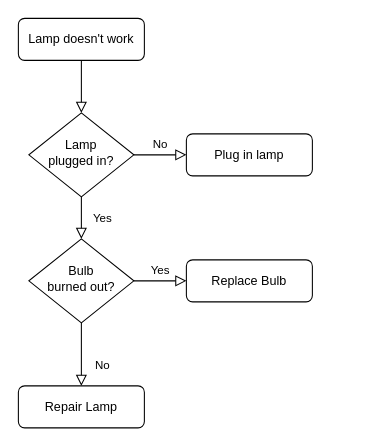
Above: Untitled Diagram.drawio in Sammysen/my-project (draw.io), before the change. Source tidied: cells renumbered, new cells numbered last; positions are measured from the earlier drawing's top-left corner, leaving out a move shared by most shapes. Both pictures are drawn from the tidied source at 105%, with x=0, y=0 at pixel (18, 18).
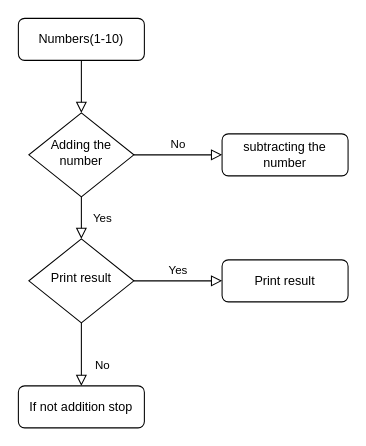
The same page after the edit.

Commit message:
Running sum

Change to the diagram source:
```diff
@@
 <mxGraphModel>
   <root>
     <mxCell id="0" />
     <mxCell id="1" parent="0" />
     <mxCell id="2" style="rounded=0;html=1;jettySize=auto;fontSize=11;endArrow=block;endFill=0;endSize=8;strokeWidth=1;shadow=0;labelBackgroundColor=none;edgeStyle=orthogonalEdgeStyle;" parent="1" edge="1" source="3" target="6">
       <mxGeometry relative="1" as="geometry" />
     </mxCell>
-    <mxCell id="3" value="Lamp doesn't work" style="rounded=1;whiteSpace=wrap;html=1;fontSize=12;glass=0;strokeWidth=1;shadow=0;" parent="1" vertex="1">
+    <mxCell id="3" value="Numbers(1-10)" style="rounded=1;whiteSpace=wrap;html=1;fontSize=12;glass=0;strokeWidth=1;shadow=0;" parent="1" vertex="1">
       <mxGeometry width="120" height="40" as="geometry" />
     </mxCell>
     <mxCell id="4" value="Yes" style="rounded=0;html=1;jettySize=auto;fontSize=11;endArrow=block;endFill=0;endSize=8;strokeWidth=1;shadow=0;labelBackgroundColor=none;edgeStyle=orthogonalEdgeStyle;" parent="1" edge="1" source="6" target="10">
       <mxGeometry y="20" relative="1" as="geometry" />
     </mxCell>
     <mxCell id="5" value="No" style="edgeStyle=orthogonalEdgeStyle;rounded=0;html=1;jettySize=auto;fontSize=11;endArrow=block;endFill=0;endSize=8;strokeWidth=1;shadow=0;labelBackgroundColor=none;" parent="1" edge="1" source="6" target="7">
       <mxGeometry y="10" relative="1" as="geometry" />
     </mxCell>
-    <mxCell id="6" value="Lamp&lt;br&gt;plugged in?" style="rhombus;whiteSpace=wrap;html=1;shadow=0;fontFamily=Helvetica;fontSize=12;align=center;strokeWidth=1;spacing=6;spacingTop=-4;" parent="1" vertex="1">
+    <mxCell id="6" value="Adding the number" style="rhombus;whiteSpace=wrap;html=1;shadow=0;fontFamily=Helvetica;fontSize=12;align=center;strokeWidth=1;spacing=6;spacingTop=-4;" parent="1" vertex="1">
       <mxGeometry x="10" y="90" width="100" height="80" as="geometry" />
     </mxCell>
-    <mxCell id="7" value="Plug in lamp" style="rounded=1;whiteSpace=wrap;html=1;fontSize=12;glass=0;strokeWidth=1;shadow=0;" parent="1" vertex="1">
-      <mxGeometry x="160" y="110" width="120" height="40" as="geometry" />
+    <mxCell id="7" value="subtracting the number" style="rounded=1;whiteSpace=wrap;html=1;fontSize=12;glass=0;strokeWidth=1;shadow=0;" parent="1" vertex="1">
+      <mxGeometry x="194" y="110" width="120" height="40" as="geometry" />
     </mxCell>
     <mxCell id="8" value="No" style="rounded=0;html=1;jettySize=auto;fontSize=11;endArrow=block;endFill=0;endSize=8;strokeWidth=1;shadow=0;labelBackgroundColor=none;edgeStyle=orthogonalEdgeStyle;" parent="1" edge="1" source="10" target="11">
       <mxGeometry x="0.33" y="20" relative="1" as="geometry" />
     </mxCell>
     <mxCell id="9" value="Yes" style="edgeStyle=orthogonalEdgeStyle;rounded=0;html=1;jettySize=auto;fontSize=11;endArrow=block;endFill=0;endSize=8;strokeWidth=1;shadow=0;labelBackgroundColor=none;" parent="1" edge="1" source="10" target="12">
       <mxGeometry y="10" relative="1" as="geometry" />
     </mxCell>
-    <mxCell id="10" value="Bulb&lt;br&gt;burned out?" style="rhombus;whiteSpace=wrap;html=1;shadow=0;fontFamily=Helvetica;fontSize=12;align=center;strokeWidth=1;spacing=6;spacingTop=-4;" parent="1" vertex="1">
+    <mxCell id="10" value="Print result" style="rhombus;whiteSpace=wrap;html=1;shadow=0;fontFamily=Helvetica;fontSize=12;align=center;strokeWidth=1;spacing=6;spacingTop=-4;" parent="1" vertex="1">
       <mxGeometry x="10" y="210" width="100" height="80" as="geometry" />
     </mxCell>
-    <mxCell id="11" value="Repair Lamp" style="rounded=1;whiteSpace=wrap;html=1;fontSize=12;glass=0;strokeWidth=1;shadow=0;" parent="1" vertex="1">
+    <mxCell id="11" value="If not addition stop" style="rounded=1;whiteSpace=wrap;html=1;fontSize=12;glass=0;strokeWidth=1;shadow=0;" parent="1" vertex="1">
       <mxGeometry y="350" width="120" height="40" as="geometry" />
     </mxCell>
-    <mxCell id="12" value="Replace Bulb" style="rounded=1;whiteSpace=wrap;html=1;fontSize=12;glass=0;strokeWidth=1;shadow=0;" parent="1" vertex="1">
-      <mxGeometry x="160" y="230" width="120" height="40" as="geometry" />
+    <mxCell id="12" value="Print result" style="rounded=1;whiteSpace=wrap;html=1;fontSize=12;glass=0;strokeWidth=1;shadow=0;" parent="1" vertex="1">
+      <mxGeometry x="194" y="230" width="120" height="40" as="geometry" />
     </mxCell>
   </root>
 </mxGraphModel>
```
